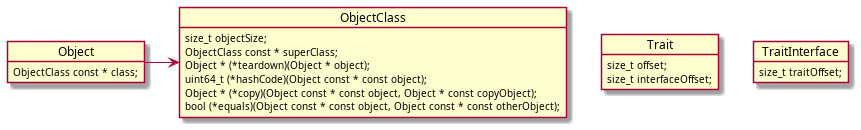
Before: docs/media/diag-building-blocks.png, a diagram exported from PlantUML (alexmarincu/Cbject).
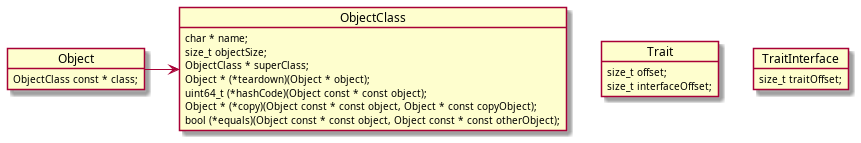
Above is the later version.

Commit message:
Added name member to class and interface and fix bug in application polymorphic calls

What changed in the source:
```diff
@@ -3,8 +3,9 @@
     ObjectClass const * class;
 }
 object ObjectClass {
+    char * name;
     size_t objectSize;
-    ObjectClass const * superClass;
+    ObjectClass * superClass;
     Object * (*teardown)(Object * object);
     uint64_t (*hashCode)(Object const * const object);
     Object * (*copy)(Object const * const object, Object * const copyObject);
```
